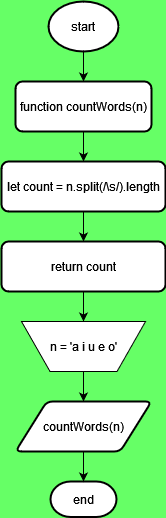
The draw.io diagram flowchart-diagram/count_words_algorithm.drawio.png in Destantomy/Dry-run-algorithm, before a commit. Source tidied: cells renumbered, new cells last; positions are measured from the earlier drawing's top-left corner, leaving out a move shared by most shapes.
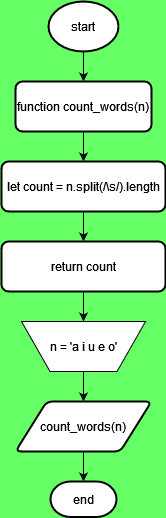
After the change.

Diff of the diagram source:
```diff
@@ -11,7 +11,7 @@
     <mxCell id="4" style="edgeStyle=orthogonalEdgeStyle;rounded=0;jettySize=auto;html=1;exitX=0.5;exitY=1;exitDx=0;exitDy=0;entryX=0.5;entryY=0;entryDx=0;entryDy=0;" parent="1" edge="1" source="5" target="7">
       <mxGeometry relative="1" as="geometry" />
     </mxCell>
-    <mxCell id="5" value="function countWords(n)" style="rounded=1;whiteSpace=wrap;html=1;absoluteArcSize=1;arcSize=14;strokeWidth=2;" parent="1" vertex="1">
+    <mxCell id="5" value="function count_words(n)" style="rounded=1;whiteSpace=wrap;html=1;absoluteArcSize=1;arcSize=14;strokeWidth=2;" parent="1" vertex="1">
       <mxGeometry x="14" y="80" width="136" height="50" as="geometry" />
     </mxCell>
     <mxCell id="6" style="edgeStyle=orthogonalEdgeStyle;rounded=0;jettySize=auto;html=1;exitX=0.5;exitY=1;exitDx=0;exitDy=0;entryX=0.5;entryY=0;entryDx=0;entryDy=0;" parent="1" edge="1" source="7" target="9">
@@ -32,7 +32,7 @@
     <mxCell id="11" value="n = 'a i u e o'" style="verticalLabelPosition=middle;verticalAlign=middle;html=1;shape=trapezoid;perimeter=trapezoidPerimeter;whiteSpace=wrap;size=0.23;arcSize=10;flipV=1;labelPosition=center;align=center;" parent="1" vertex="1">
       <mxGeometry x="20" y="320" width="124" height="50" as="geometry" />
     </mxCell>
-    <mxCell id="12" value="countWords(n)" style="shape=parallelogram;html=1;strokeWidth=2;perimeter=parallelogramPerimeter;whiteSpace=wrap;rounded=1;arcSize=12;size=0.23;" parent="1" vertex="1">
+    <mxCell id="12" value="count_words(n)" style="shape=parallelogram;html=1;strokeWidth=2;perimeter=parallelogramPerimeter;whiteSpace=wrap;rounded=1;arcSize=12;size=0.23;" parent="1" vertex="1">
       <mxGeometry x="14" y="400" width="136" height="50" as="geometry" />
     </mxCell>
     <mxCell id="13" value="end" style="strokeWidth=2;html=1;shape=mxgraph.flowchart.terminator;whiteSpace=wrap;" parent="1" vertex="1">
```
